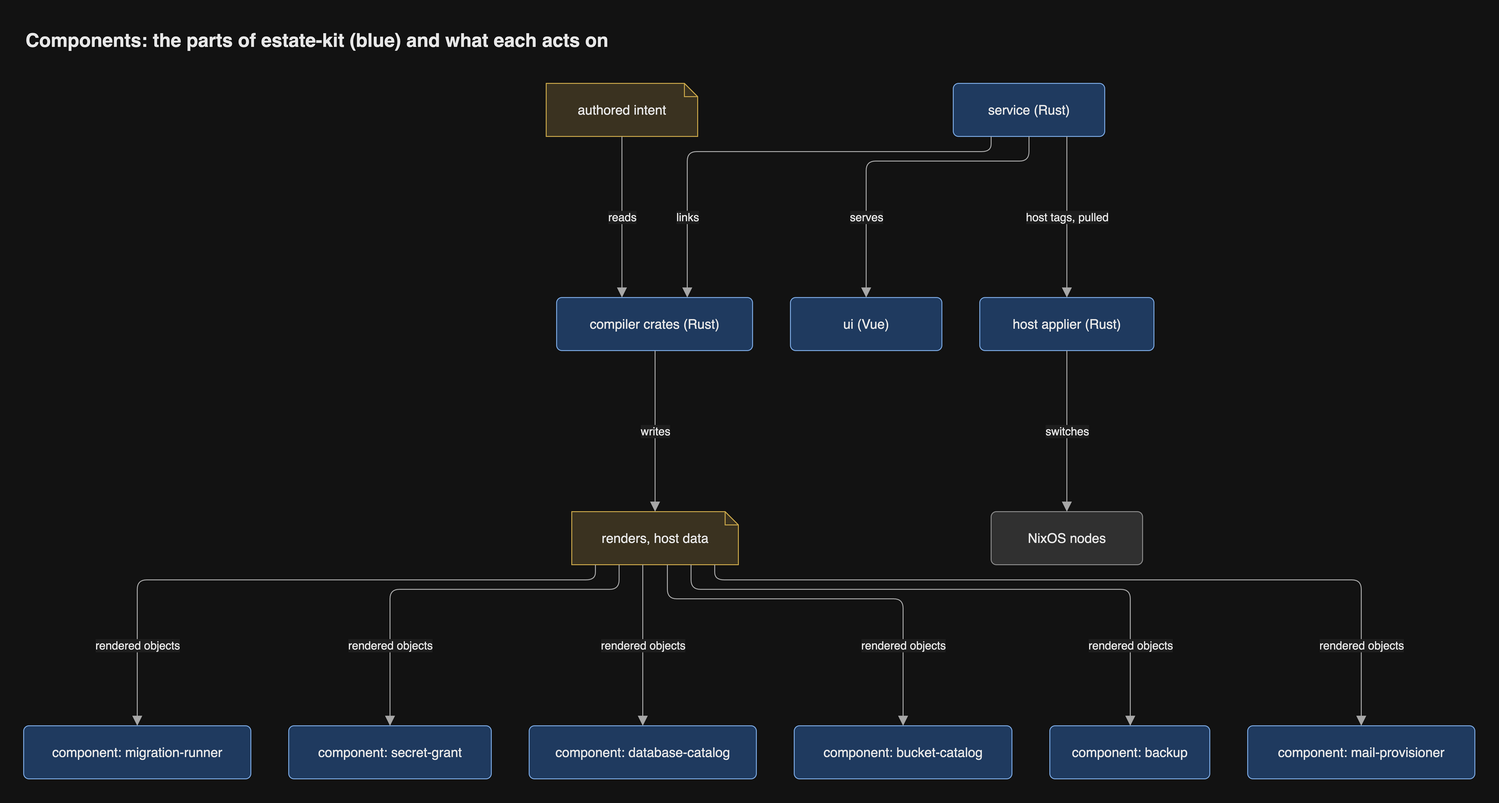
JorisJonkers-dev/estate-kit keeps this draw.io diagram as docs/diagrams/png/components.png. Above is the earlier version. Source tidied: cells renumbered, new cells last; positions are measured from the earlier drawing's top-left corner, leaving out a move shared by most shapes.
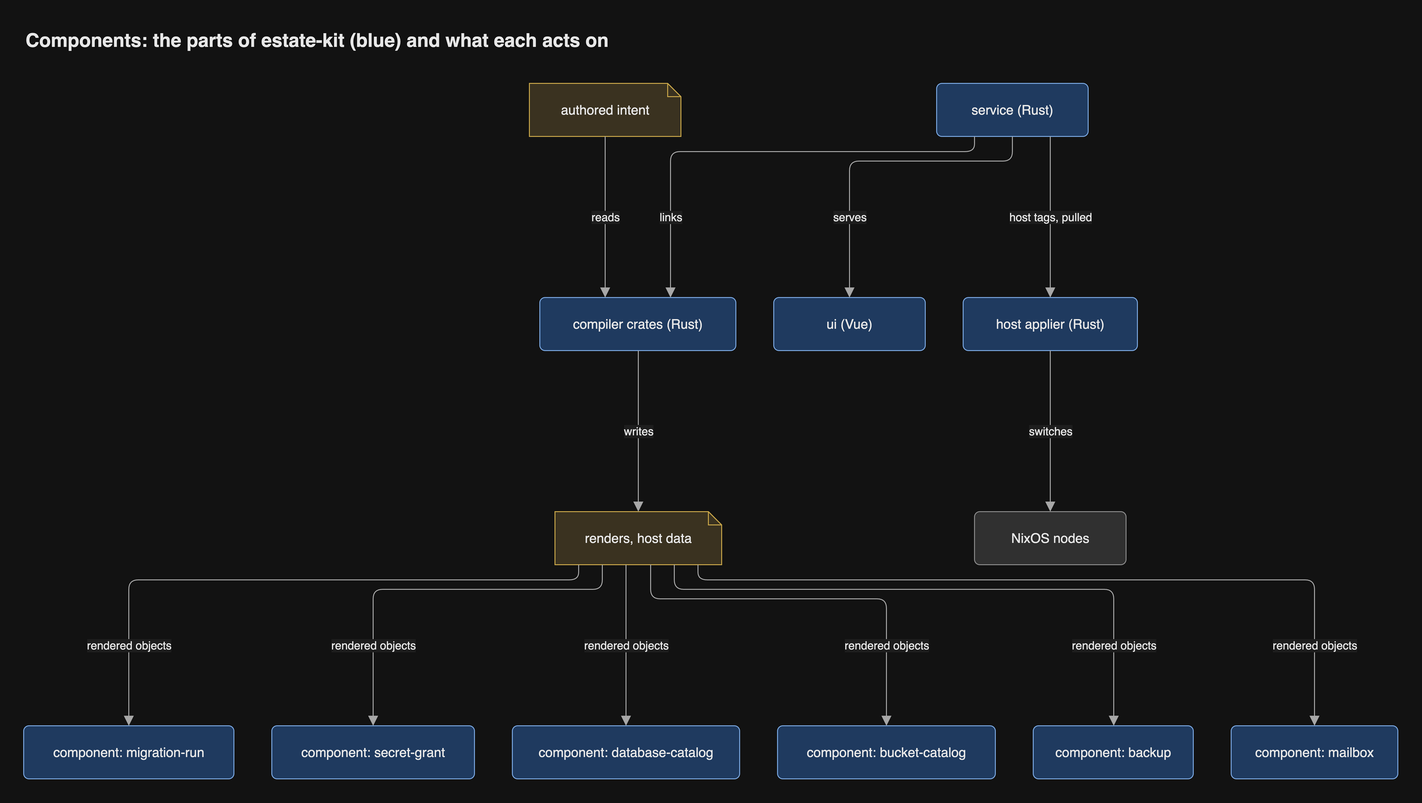
Above is the later version.

Change to the diagram source:
```diff
@@ -20,9 +20,9 @@
     <mxCell id="7" value="renders, host data" style="shape=note;size=14;html=1;whiteSpace=wrap;fontSize=14;fontColor=light-dark(#1a1a1a,#e8e8e8);fillColor=light-dark(#fff2cc,#3a3220);strokeColor=light-dark(#d6b656,#c9a74a);fontFamily=Helvetica;" parent="1" vertex="1">
       <mxGeometry x="579" y="516" width="176" height="56" as="geometry" />
     </mxCell>
-    <mxCell id="8" value="component: migration-runner" style="rounded=1;arcSize=10;html=1;whiteSpace=wrap;fontSize=14;fontColor=light-dark(#1a1a1a,#e8e8e8);fillColor=light-dark(#dae8fc,#1f3a5f);strokeColor=light-dark(#6c8ebf,#7aa7e0);fontFamily=Helvetica;" parent="1" vertex="1">
-      <mxGeometry y="742" width="240" height="56" as="geometry" />
-    </mxCell>
+    <mxCell id="28" value="component: migration-run" style="rounded=1;arcSize=10;html=1;whiteSpace=wrap;fontSize=14;fontColor=light-dark(#1a1a1a,#e8e8e8);fillColor=light-dark(#dae8fc,#1f3a5f);strokeColor=light-dark(#6c8ebf,#7aa7e0);fontFamily=Helvetica;" parent="1" vertex="1">
+      <mxGeometry x="18" y="742" width="222" height="56" as="geometry" />
+    </mxCell>
     <mxCell id="9" value="component: secret-grant" style="rounded=1;arcSize=10;html=1;whiteSpace=wrap;fontSize=14;fontColor=light-dark(#1a1a1a,#e8e8e8);fillColor=light-dark(#dae8fc,#1f3a5f);strokeColor=light-dark(#6c8ebf,#7aa7e0);fontFamily=Helvetica;" parent="1" vertex="1">
       <mxGeometry x="280" y="742" width="214" height="56" as="geometry" />
     </mxCell>
@@ -35,9 +35,9 @@
     <mxCell id="12" value="component: backup" style="rounded=1;arcSize=10;html=1;whiteSpace=wrap;fontSize=14;fontColor=light-dark(#1a1a1a,#e8e8e8);fillColor=light-dark(#dae8fc,#1f3a5f);strokeColor=light-dark(#6c8ebf,#7aa7e0);fontFamily=Helvetica;" parent="1" vertex="1">
       <mxGeometry x="1084" y="742" width="169" height="56" as="geometry" />
     </mxCell>
-    <mxCell id="13" value="component: mail-provisioner" style="rounded=1;arcSize=10;html=1;whiteSpace=wrap;fontSize=14;fontColor=light-dark(#1a1a1a,#e8e8e8);fillColor=light-dark(#dae8fc,#1f3a5f);strokeColor=light-dark(#6c8ebf,#7aa7e0);fontFamily=Helvetica;" parent="1" vertex="1">
-      <mxGeometry x="1293" y="742" width="240" height="56" as="geometry" />
-    </mxCell>
+    <mxCell id="29" value="component: mailbox" style="rounded=1;arcSize=10;html=1;whiteSpace=wrap;fontSize=14;fontColor=light-dark(#1a1a1a,#e8e8e8);fillColor=light-dark(#dae8fc,#1f3a5f);strokeColor=light-dark(#6c8ebf,#7aa7e0);fontFamily=Helvetica;" parent="1" vertex="1">
+      <mxGeometry x="1293" y="742" width="176" height="56" as="geometry" />
+    </mxCell>
     <mxCell id="14" value="NixOS nodes" style="rounded=1;arcSize=10;html=1;whiteSpace=wrap;fontSize=14;fontColor=light-dark(#1a1a1a,#e8e8e8);fillColor=light-dark(#eeeeee,#303030);strokeColor=light-dark(#999999,#8a8a8a);fontFamily=Helvetica;" parent="1" vertex="1">
       <mxGeometry x="1022" y="516" width="160" height="56" as="geometry" />
     </mxCell>
@@ -80,13 +80,13 @@
         </Array>
       </mxGeometry>
     </mxCell>
-    <mxCell id="20" value="rendered objects" style="html=1;rounded=1;fontSize=14;fontSize=12;fontColor=light-dark(#1a1a1a,#e8e8e8);strokeColor=light-dark(#666666,#a8a8a8);endArrow=block;endFill=1;endSize=8;curved=0;exitX=0.142;exitY=1;entryX=0.5;entryY=0;edgeStyle=orthogonalEdgeStyle;fontFamily=Helvetica;labelBackgroundColor=light-dark(#ffffff,#1e1e1e);" parent="1" edge="1" source="7" target="8">
+    <mxCell id="20" value="rendered objects" style="html=1;rounded=1;fontSize=14;fontSize=12;fontColor=light-dark(#1a1a1a,#e8e8e8);strokeColor=light-dark(#666666,#a8a8a8);endArrow=block;endFill=1;endSize=8;curved=0;exitX=0.142;exitY=1;entryX=0.5;entryY=0;edgeStyle=orthogonalEdgeStyle;fontFamily=Helvetica;labelBackgroundColor=light-dark(#ffffff,#1e1e1e);" parent="1" edge="1" source="7" target="28">
       <mxGeometry relative="1" as="geometry">
         <Array as="points">
           <mxPoint x="604" y="588" />
-          <mxPoint x="120" y="588" />
+          <mxPoint x="129" y="588" />
         </Array>
-        <mxPoint x="-173" y="69" as="offset" />
+        <mxPoint x="-168.5" y="69" as="offset" />
       </mxGeometry>
     </mxCell>
     <mxCell id="21" value="rendered objects" style="html=1;rounded=1;fontSize=14;fontSize=12;fontColor=light-dark(#1a1a1a,#e8e8e8);strokeColor=light-dark(#666666,#a8a8a8);endArrow=block;endFill=1;endSize=8;curved=0;exitX=0.2841;exitY=1;entryX=0.5;entryY=0;edgeStyle=orthogonalEdgeStyle;fontFamily=Helvetica;labelBackgroundColor=light-dark(#ffffff,#1e1e1e);" parent="1" edge="1" source="7" target="9">
@@ -123,13 +123,13 @@
         <mxPoint x="173" y="59" as="offset" />
       </mxGeometry>
     </mxCell>
-    <mxCell id="25" value="rendered objects" style="html=1;rounded=1;fontSize=14;fontSize=12;fontColor=light-dark(#1a1a1a,#e8e8e8);strokeColor=light-dark(#666666,#a8a8a8);endArrow=block;endFill=1;endSize=8;curved=0;exitX=0.858;exitY=1;entryX=0.5;entryY=0;edgeStyle=orthogonalEdgeStyle;fontFamily=Helvetica;labelBackgroundColor=light-dark(#ffffff,#1e1e1e);" parent="1" edge="1" source="7" target="13">
+    <mxCell id="25" value="rendered objects" style="html=1;rounded=1;fontSize=14;fontSize=12;fontColor=light-dark(#1a1a1a,#e8e8e8);strokeColor=light-dark(#666666,#a8a8a8);endArrow=block;endFill=1;endSize=8;curved=0;exitX=0.858;exitY=1;entryX=0.5;entryY=0;edgeStyle=orthogonalEdgeStyle;fontFamily=Helvetica;labelBackgroundColor=light-dark(#ffffff,#1e1e1e);" parent="1" edge="1" source="7" target="29">
       <mxGeometry relative="1" as="geometry">
         <Array as="points">
           <mxPoint x="730" y="588" />
-          <mxPoint x="1413" y="588" />
+          <mxPoint x="1381" y="588" />
         </Array>
-        <mxPoint x="272.5" y="69" as="offset" />
+        <mxPoint x="256.5" y="69" as="offset" />
       </mxGeometry>
     </mxCell>
     <mxCell id="26" value="switches" style="html=1;rounded=1;fontSize=14;fontSize=12;fontColor=light-dark(#1a1a1a,#e8e8e8);strokeColor=light-dark(#666666,#a8a8a8);endArrow=block;endFill=1;endSize=8;curved=0;exitX=0.5;exitY=1;entryX=0.5;entryY=0;edgeStyle=orthogonalEdgeStyle;fontFamily=Helvetica;labelBackgroundColor=light-dark(#ffffff,#1e1e1e);" parent="1" edge="1" source="6" target="14">
@@ -140,7 +140,7 @@
       </mxGeometry>
     </mxCell>
     <mxCell id="27" value="Components: the parts of estate-kit (blue) and what each acts on" style="text;html=1;whiteSpace=wrap;align=left;verticalAlign=middle;fontSize=20;fontStyle=1;fontColor=light-dark(#1a1a1a,#e8e8e8);fontFamily=Helvetica;" parent="1" vertex="1">
-      <mxGeometry width="1533" height="36" as="geometry" />
+      <mxGeometry x="18" width="1451" height="36" as="geometry" />
     </mxCell>
   </root>
 </mxGraphModel>
```
